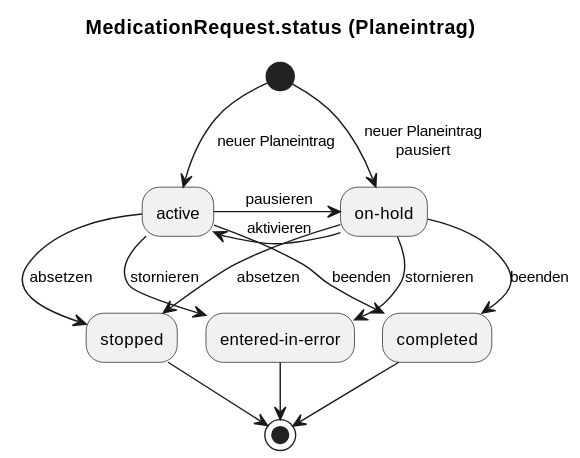
Earlier version of the PlantUML export r4-ELGA-e-Medikation-main/plantuml/workflow_mr_status_planeintrag.svg (HL7Austria/hl7austria.github.io).
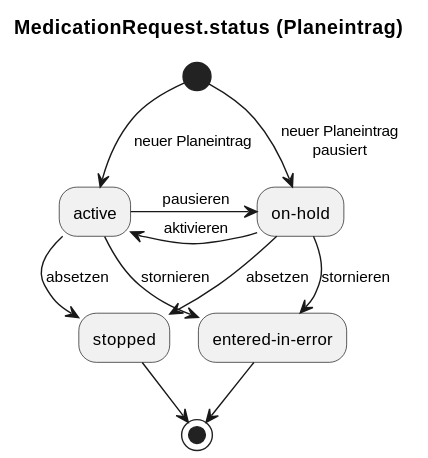
Later version of the same file.

Change to the diagram source:
```diff
@@ -5,13 +5,10 @@
 (*) -d-> [neuer Planeintrag\npausiert] "on-hold"
 "on-hold" -l-> [    aktivieren   ] active
 "on-hold" -d-> [absetzen] stopped
-"on-hold" -d-> [beenden] completed
 "on-hold" -d-> [stornieren] "entered-in-error"
 active -d-> [absetzen] stopped
-active -d-> [beenden] completed
 active -r-> [    pausieren   ] "on-hold"
 active -d-> [stornieren] "entered-in-error"
 stopped -d-> (*)
 "entered-in-error" -d-> (*)
-completed -d-> (*)
 @enduml
```
